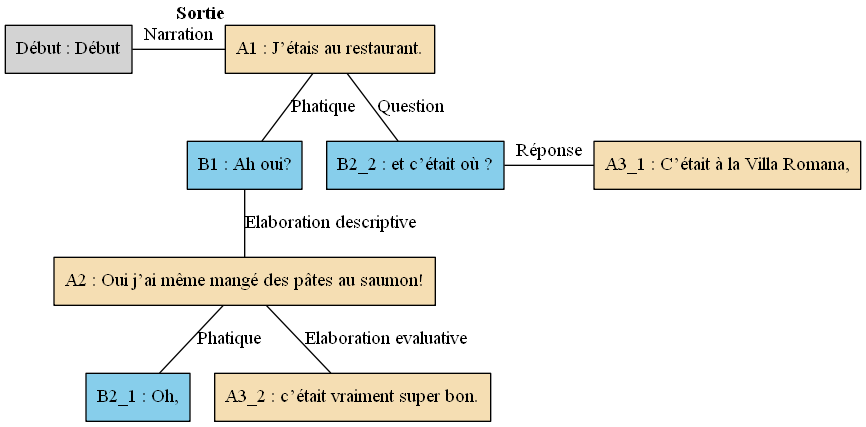
Earlier version of the Graphviz export arbres/Bac_a_sable/Bac_a_sable_-_E04.gv.png (AlaixComet/AnnotationSlamPTut). Its source is kept beside it as arbres/Bac_a_sable/Bac_a_sable_-_E04.gv. Its diagram source:
```dot
digraph E04 {
	node [shape=box style=filled]
	"Début" [label="Début : Début" xlabel=""]
	A1 [label="A1 : J’étais au restaurant." fillcolor=wheat xlabel=<<B>Sortie</B>>]
	B1 [label="B1 : Ah oui?" fillcolor=skyblue xlabel=""]
	A2 [label="A2 : Oui j’ai même mangé des pâtes au saumon!" fillcolor=wheat xlabel=""]
	B2_1 [label="B2_1 : Oh," fillcolor=skyblue xlabel=""]
	B2_2 [label="B2_2 : et c’était où ?" fillcolor=skyblue xlabel=""]
	A3_1 [label="A3_1 : C’était à la Villa Romana," fillcolor=wheat xlabel=""]
	A3_2 [label="A3_2 : c’était vraiment super bon." fillcolor=wheat xlabel=""]
	{
		rank=same
		"Début"
		A1
		"Début" -> A1 [label=Narration dir=none]
	}
	A1 -> B1 [label=Phatique dir=none]
	B1 -> A2 [label="Elaboration descriptive" dir=none]
	A2 -> B2_1 [label=Phatique dir=none]
	A1 -> B2_2 [label=Question dir=none]
	{
		rank=same
		B2_2
		A3_1
		B2_2 -> A3_1 [label="Réponse" dir=none]
	}
	A2 -> A3_2 [label="Elaboration evaluative" dir=none]
}
```
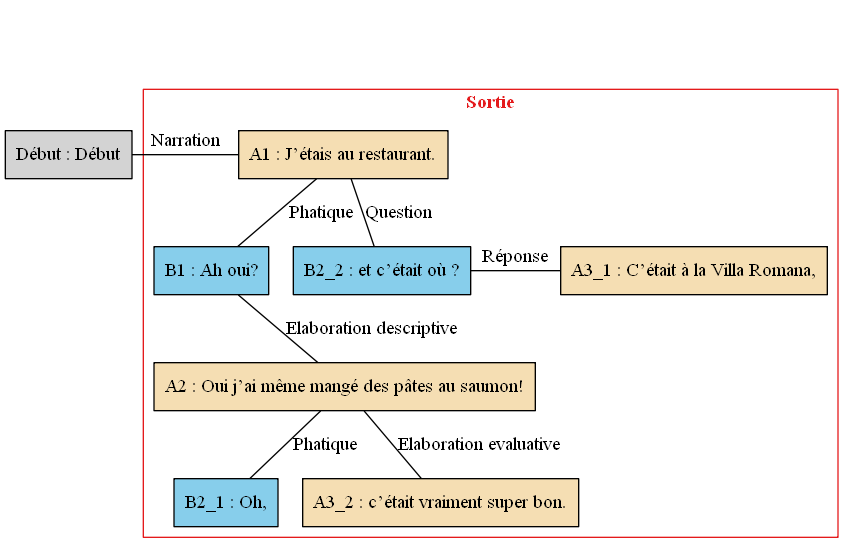
The same diagram one commit later.

Change to the diagram source:
```diff
@@ -1,28 +1,36 @@
 digraph E04 {
 	node [shape=box style=filled]
-	"Début" [label="Début : Début" xlabel=""]
-	A1 [label="A1 : J’étais au restaurant." fillcolor=wheat xlabel=<<B>Sortie</B>>]
-	B1 [label="B1 : Ah oui?" fillcolor=skyblue xlabel=""]
-	A2 [label="A2 : Oui j’ai même mangé des pâtes au saumon!" fillcolor=wheat xlabel=""]
-	B2_1 [label="B2_1 : Oh," fillcolor=skyblue xlabel=""]
-	B2_2 [label="B2_2 : et c’était où ?" fillcolor=skyblue xlabel=""]
-	A3_1 [label="A3_1 : C’était à la Villa Romana," fillcolor=wheat xlabel=""]
-	A3_2 [label="A3_2 : c’était vraiment super bon." fillcolor=wheat xlabel=""]
-	{
-		rank=same
-		"Début"
+	newrank=true
+	zero [style=invis]
+	"Début" [label="Début : Début"]
+	A1 [label="A1 : J’étais au restaurant." fillcolor=wheat]
+	B1 [label="B1 : Ah oui?" fillcolor=skyblue]
+	A2 [label="A2 : Oui j’ai même mangé des pâtes au saumon!" fillcolor=wheat]
+	B2_1 [label="B2_1 : Oh," fillcolor=skyblue]
+	B2_2 [label="B2_2 : et c’était où ?" fillcolor=skyblue]
+	A3_1 [label="A3_1 : C’était à la Villa Romana," fillcolor=wheat]
+	A3_2 [label="A3_2 : c’était vraiment super bon." fillcolor=wheat]
+	zero -> "Début" [label="" style=invis]
+	zero -> A1 [style=invis weight=1]
+	"Début" -> A1 [label=Narration constraint=false dir=none]
+	A1 -> B1 [label=Phatique dir=none weight=2]
+	B1 -> A2 [label="Elaboration descriptive" dir=none weight=2]
+	A2 -> B2_1 [label=Phatique dir=none weight=2]
+	A1 -> B2_2 [label=Question dir=none weight=2]
+	A1 -> A3_1 [style=invis weight=1]
+	B2_2 -> A3_1 [label="Réponse" constraint=false dir=none]
+	A2 -> A3_2 [label="Elaboration evaluative" dir=none weight=2]
+	subgraph cluster_1 {
+		label=<<B>Sortie</B>>
+		colorscheme=set19
+		color=1
+		fontcolor=1
 		A1
-		"Début" -> A1 [label=Narration dir=none]
-	}
-	A1 -> B1 [label=Phatique dir=none]
-	B1 -> A2 [label="Elaboration descriptive" dir=none]
-	A2 -> B2_1 [label=Phatique dir=none]
-	A1 -> B2_2 [label=Question dir=none]
-	{
-		rank=same
+		B1
+		A2
+		B2_1
 		B2_2
 		A3_1
-		B2_2 -> A3_1 [label="Réponse" dir=none]
+		A3_2
 	}
-	A2 -> A3_2 [label="Elaboration evaluative" dir=none]
 }
```
